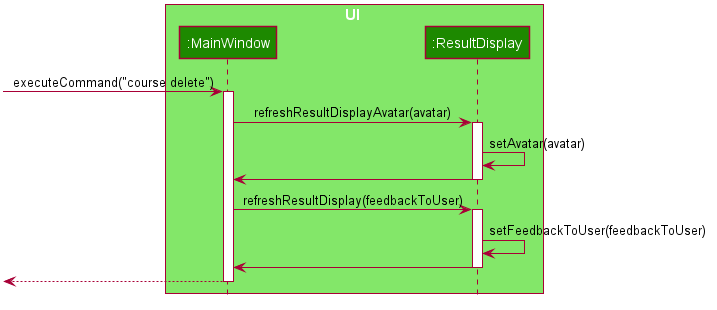
This is docs/images/developer-guide/ResultDisplayHandleCommand.png from yjskrs/main, a PlantUML export, as it was before one commit. Source of this version:
```plantuml
@startuml










skinparam BackgroundColor #FFFFFFF

skinparam Shadowing false

skinparam Class {
    FontColor #FFFFFF
    BorderThickness 1
    BorderColor #FFFFFF
    StereotypeFontColor #FFFFFF
    FontName Arial
}

skinparam Actor {
    BorderColor #000000
    Color #000000
    FontName Arial
}

skinparam Sequence {
    MessageAlign center
    BoxFontSize 15
    BoxPadding 0
    BoxFontColor #FFFFFF
    FontName Arial
}

skinparam Participant {
    FontColor #FFFFFFF
    Padding 20
}

skinparam MinClassWidth 50
skinparam ParticipantPadding 10
skinparam Shadowing false
skinparam DefaultTextAlignment center
skinparam packageStyle Rectangle

hide footbox
hide members
hide circle

box UI #83E769
participant ":MainWindow" as MainWindow #1D8900
participant ":ResultDisplay" as ResultDisplay #1D8900
end box

[-> MainWindow : executeCommand("course delete")
activate MainWindow

MainWindow -> ResultDisplay : refreshResultDisplayAvatar(avatar)
activate ResultDisplay

ResultDisplay -> ResultDisplay : setAvatar(avatar)

ResultDisplay -> MainWindow
deactivate

MainWindow -> ResultDisplay : refreshResultDisplay(feedbackToUser)
activate ResultDisplay

ResultDisplay -> ResultDisplay : setFeedbackToUser(feedbackToUser)

ResultDisplay -> MainWindow
deactivate

[<-- MainWindow
deactivate MainWindow
@enduml
```
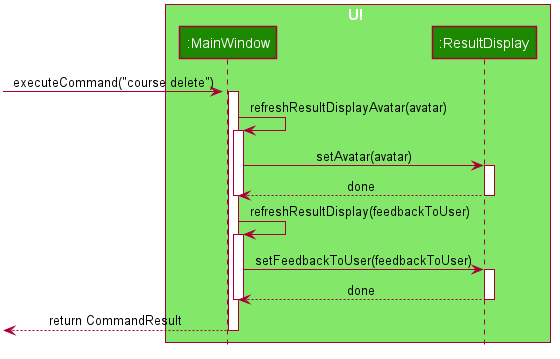
The same diagram one commit later.

The edit, as a diff of the source:
```diff
@@ -49,6 +49,7 @@
 hide footbox
 hide members
 hide circle
+autoactivate on
 
 box UI #83E769
 participant ":MainWindow" as MainWindow #1D8900
@@ -58,22 +59,22 @@
 [-> MainWindow : executeCommand("course delete")
 activate MainWindow
 
-MainWindow -> ResultDisplay : refreshResultDisplayAvatar(avatar)
+MainWindow -> MainWindow : refreshResultDisplayAvatar(avatar)
+
+MainWindow -> ResultDisplay : setAvatar(avatar)
 activate ResultDisplay
-
-ResultDisplay -> ResultDisplay : setAvatar(avatar)
-
-ResultDisplay -> MainWindow
+return done
+deactivate ResultDisplay
 deactivate
 
-MainWindow -> ResultDisplay : refreshResultDisplay(feedbackToUser)
+MainWindow -> MainWindow : refreshResultDisplay(feedbackToUser)
+
+MainWindow -> ResultDisplay : setFeedbackToUser(feedbackToUser)
 activate ResultDisplay
-
-ResultDisplay -> ResultDisplay : setFeedbackToUser(feedbackToUser)
-
-ResultDisplay -> MainWindow
+return done
+deactivate ResultDisplay
 deactivate
 
-[<-- MainWindow
+[<-- MainWindow : return CommandResult
 deactivate MainWindow
 @enduml
```
